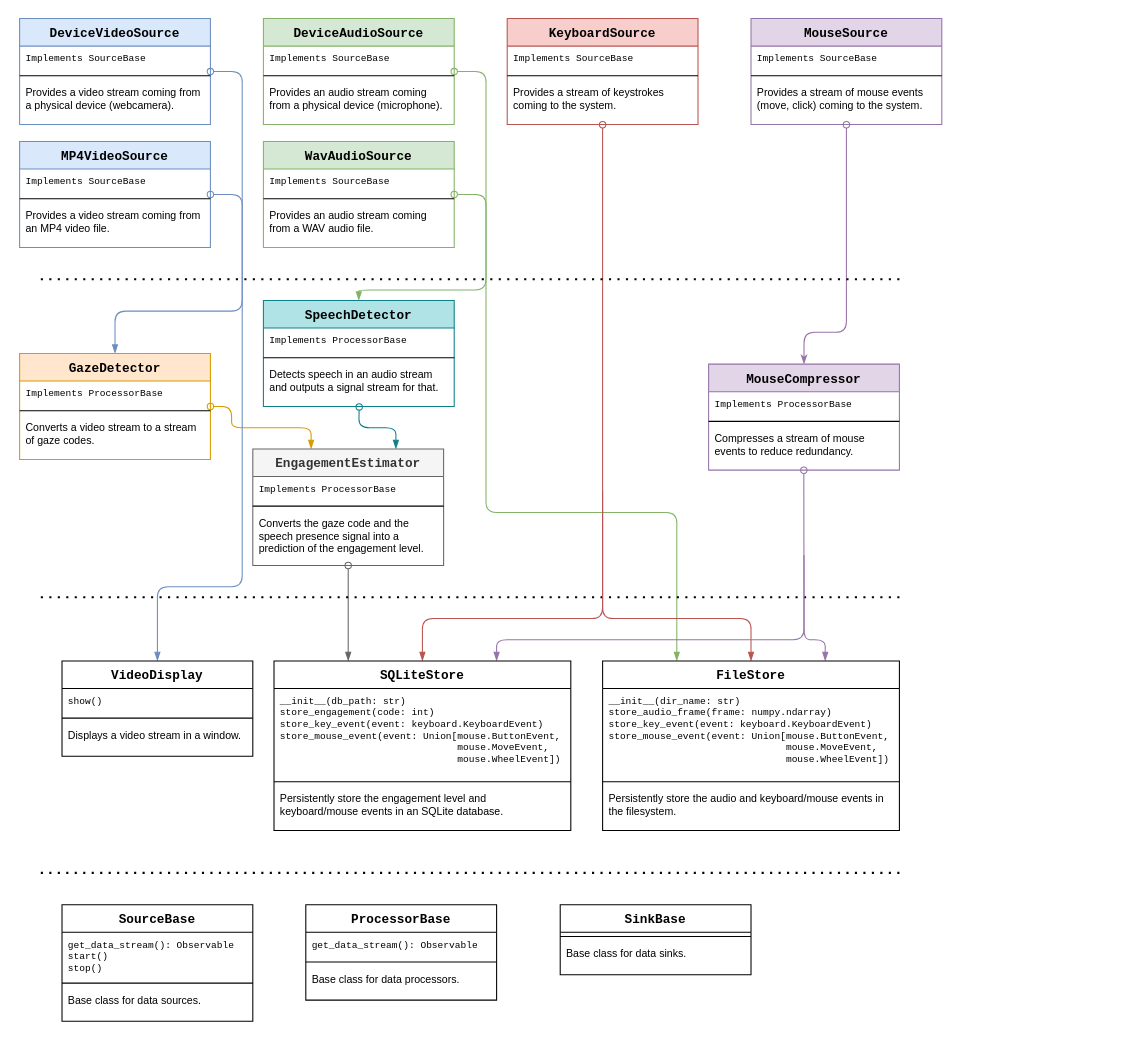
This is documents/architecture.drawio from IamMaxim/vigilant-palm-tree, a draw.io file, before an edit. Source tidied: cells renumbered, new cells numbered last; positions are measured from the earlier drawing's top-left corner, leaving out a move shared by most shapes. Both pictures are drawn from the tidied source at 106%, with x=0, y=0 at pixel (19, 18).
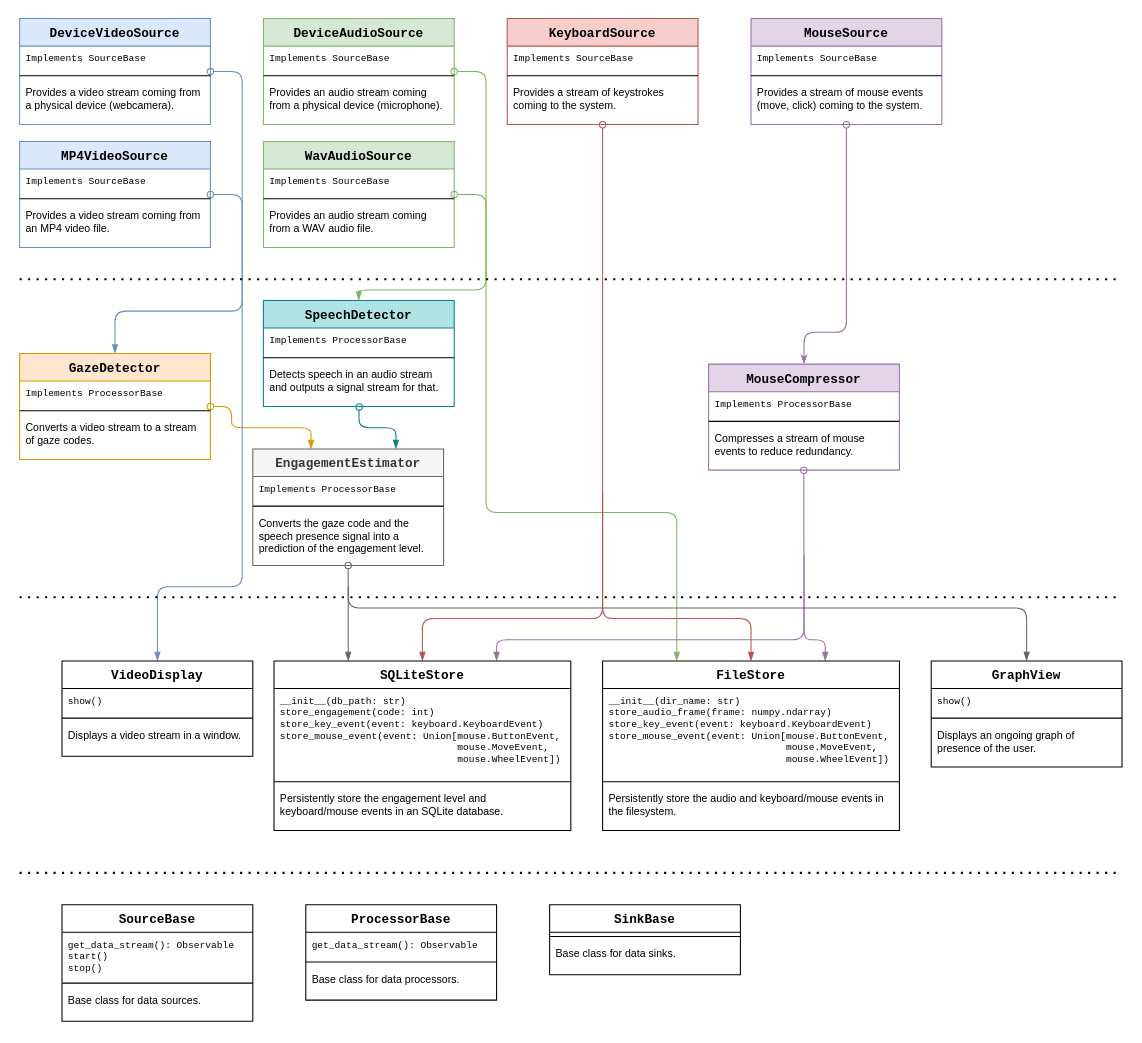
The same page after the edit.

Commit message:
Add the GUI module to the architecture diagram

Change to the diagram source:
```diff
@@
     <mxCell id="13" style="endArrow=none;dashed=1;html=1;dashPattern=1 3;strokeWidth=2;" parent="1" edge="1">
       <mxGeometry relative="1" as="geometry">
-        <mxPoint x="20" y="246" as="sourcePoint" />
-        <mxPoint x="830" y="246" as="targetPoint" />
+        <mxPoint y="246" as="sourcePoint" />
+        <mxPoint x="1040" y="246" as="targetPoint" />
       </mxGeometry>
     </mxCell>
     <mxCell id="14" style="endArrow=none;dashed=1;html=1;dashPattern=1 3;strokeWidth=2;" parent="1" edge="1">
       <mxGeometry relative="1" as="geometry">
-        <mxPoint x="20" y="546" as="sourcePoint" />
-        <mxPoint x="830" y="546" as="targetPoint" />
+        <mxPoint y="546" as="sourcePoint" />
+        <mxPoint x="1040" y="546" as="targetPoint" />
       </mxGeometry>
     </mxCell>
@@
     <mxCell id="65" style="endArrow=none;dashed=1;html=1;dashPattern=1 3;strokeWidth=2;" parent="1" edge="1">
       <mxGeometry relative="1" as="geometry">
-        <mxPoint x="20" y="806" as="sourcePoint" />
-        <mxPoint x="830" y="806" as="targetPoint" />
+        <mxPoint y="806" as="sourcePoint" />
+        <mxPoint x="1040" y="806" as="targetPoint" />
       </mxGeometry>
     </mxCell>
@@
     <mxCell id="74" value="SinkBase" style="swimlane;fontStyle=1;align=center;verticalAlign=top;horizontal=1;startSize=26;fontFamily=Courier New;" parent="1" vertex="1">
-      <mxGeometry x="510" y="836" width="180" height="66" as="geometry" />
+      <mxGeometry x="500" y="836" width="180" height="66" as="geometry" />
     </mxCell>
@@
+    <mxCell id="81" value="GraphView" style="swimlane;fontStyle=1;align=center;verticalAlign=top;horizontal=1;startSize=26;fontFamily=Courier New;" parent="1" vertex="1">
+      <mxGeometry x="860" y="606" width="180" height="100" as="geometry" />
+    </mxCell>
+    <mxCell id="82" value="show()" style="text;strokeColor=none;fillColor=none;align=left;verticalAlign=top;spacingLeft=4;spacingRight=4;overflow=hidden;fontFamily=Courier New;fontSize=9;" parent="81" vertex="1">
+      <mxGeometry y="26" width="180" height="24" as="geometry" />
+    </mxCell>
+    <mxCell id="83" style="line;strokeWidth=1;fillColor=none;align=left;verticalAlign=middle;spacingTop=-1;spacingLeft=3;spacingRight=3;labelPosition=right;" parent="81" vertex="1">
+      <mxGeometry y="50" width="180" height="8" as="geometry" />
+    </mxCell>
+    <mxCell id="84" value="Displays an ongoing graph of presence of the user." style="text;strokeColor=none;fillColor=none;align=left;verticalAlign=top;spacingLeft=4;spacingRight=4;overflow=hidden;fontSize=10;whiteSpace=wrap;" parent="81" vertex="1">
+      <mxGeometry y="58" width="180" height="42" as="geometry" />
+    </mxCell>
+    <mxCell id="85" style="endArrow=blockThin;html=1;endFill=1;fillColor=#f5f5f5;strokeColor=#666666;entryX=0.5;entryY=0;entryDx=0;entryDy=0;" parent="1" edge="1" target="81">
+      <mxGeometry relative="1" as="geometry">
+        <mxPoint x="310" y="536" as="sourcePoint" />
+        <Array as="points">
+          <mxPoint x="310" y="556" />
+          <mxPoint x="950" y="556" />
+        </Array>
+      </mxGeometry>
+    </mxCell>
```
